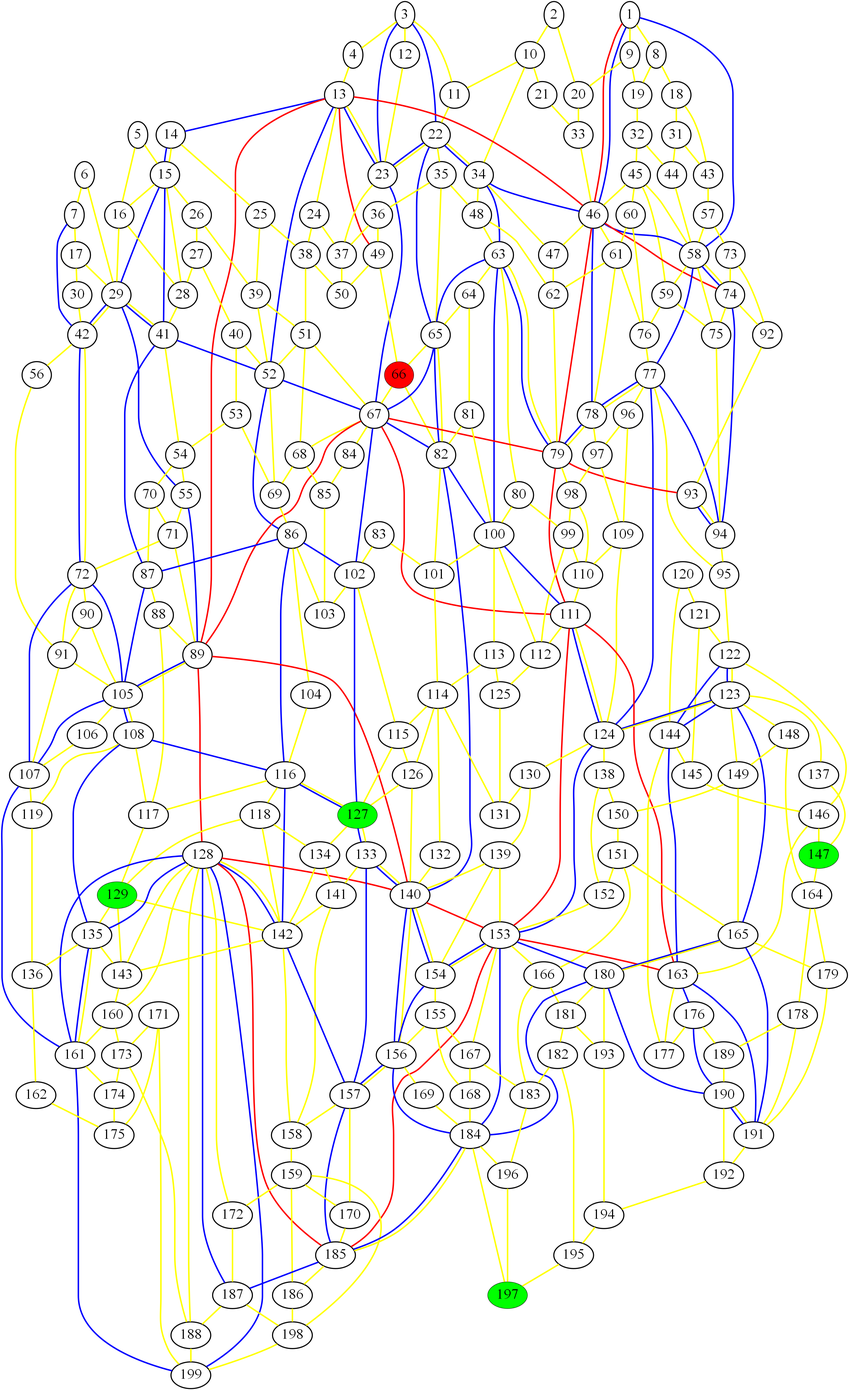
This is graph_15.png from ed-churchill/complex-systems-project, a Graphviz export, as it was before one commit. Its source is kept beside it as graph_15.gv.
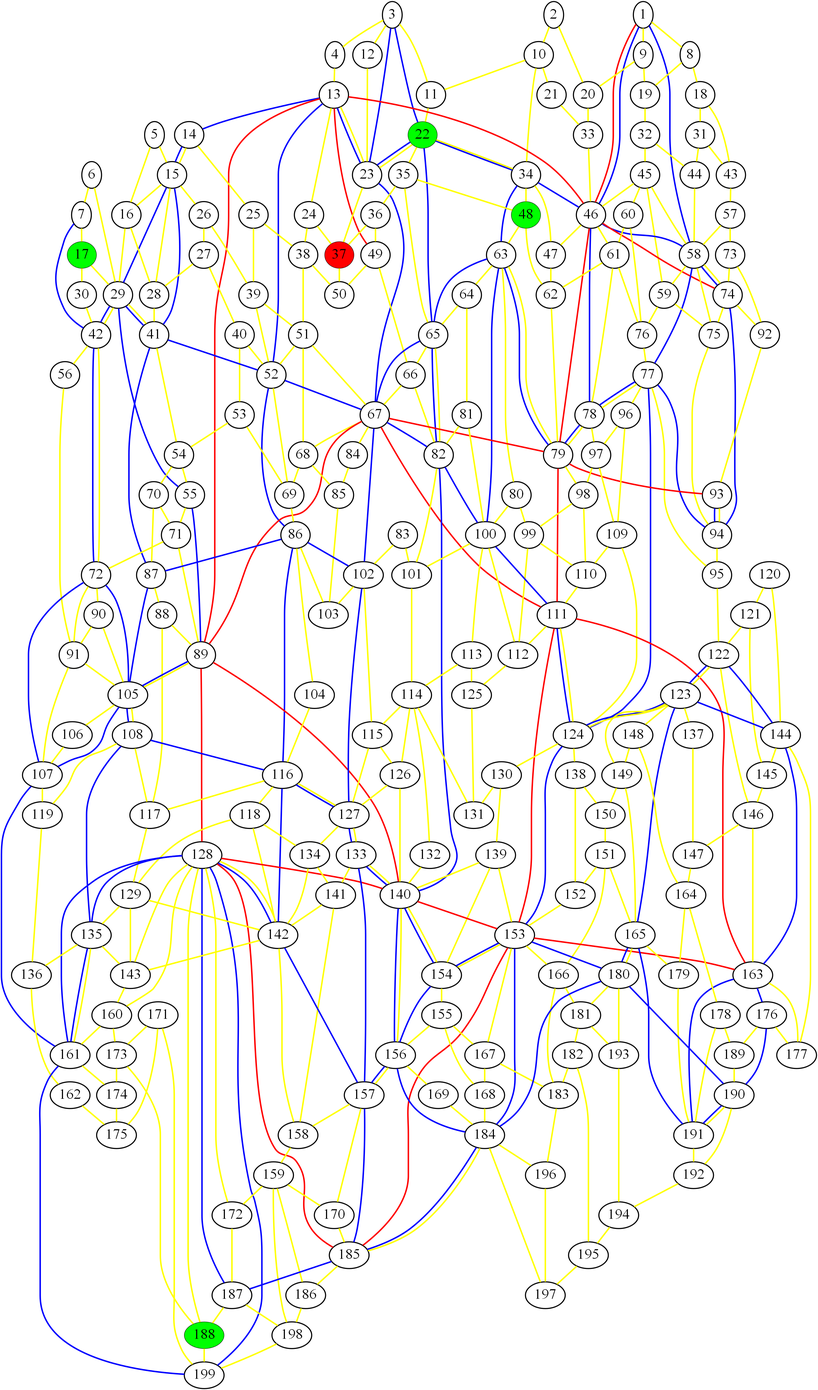
Above is the later version.

What changed in the source:
```diff
@@ -1,9 +1,9 @@
 graph london_graph {
-66 [fillcolor=red, fontsize=40, pendwidth=3, style=filled];
-129 [fillcolor=green, fontsize=40, pendwidth=3, style=filled];
-147 [fillcolor=green, fontsize=40, pendwidth=3, style=filled];
-197 [fillcolor=green, fontsize=40, pendwidth=3, style=filled];
-127 [fillcolor=green, fontsize=40, pendwidth=3, style=filled];
+37 [fillcolor=red, fontsize=40, pendwidth=3, style=filled];
+17 [fillcolor=green, fontsize=40, pendwidth=3, style=filled];
+48 [fillcolor=green, fontsize=40, pendwidth=3, style=filled];
+188 [fillcolor=green, fontsize=40, pendwidth=3, style=filled];
+22 [fillcolor=green, fontsize=40, pendwidth=3, style=filled];
 1 [fontsize=40, penwidth=3];
 2 [fontsize=40, penwidth=3];
 3 [fontsize=40, penwidth=3];
@@ -20,12 +20,10 @@
 14 [fontsize=40, penwidth=3];
 15 [fontsize=40, penwidth=3];
 16 [fontsize=40, penwidth=3];
-17 [fontsize=40, penwidth=3];
 18 [fontsize=40, penwidth=3];
 19 [fontsize=40, penwidth=3];
 20 [fontsize=40, penwidth=3];
 21 [fontsize=40, penwidth=3];
-22 [fontsize=40, penwidth=3];
 23 [fontsize=40, penwidth=3];
 24 [fontsize=40, penwidth=3];
 25 [fontsize=40, penwidth=3];
@@ -40,7 +38,6 @@
 34 [fontsize=40, penwidth=3];
 35 [fontsize=40, penwidth=3];
 36 [fontsize=40, penwidth=3];
-37 [fontsize=40, penwidth=3];
 38 [fontsize=40, penwidth=3];
 39 [fontsize=40, penwidth=3];
 40 [fontsize=40, penwidth=3];
@@ -51,7 +48,6 @@
 45 [fontsize=40, penwidth=3];
 46 [fontsize=40, penwidth=3];
 47 [fontsize=40, penwidth=3];
-48 [fontsize=40, penwidth=3];
 49 [fontsize=40, penwidth=3];
 50 [fontsize=40, penwidth=3];
 51 [fontsize=40, penwidth=3];
@@ -69,6 +65,7 @@
 63 [fontsize=40, penwidth=3];
 64 [fontsize=40, penwidth=3];
 65 [fontsize=40, penwidth=3];
+66 [fontsize=40, penwidth=3];
 67 [fontsize=40, penwidth=3];
 68 [fontsize=40, penwidth=3];
 69 [fontsize=40, penwidth=3];
@@ -129,7 +126,9 @@
 124 [fontsize=40, penwidth=3];
 125 [fontsize=40, penwidth=3];
 126 [fontsize=40, penwidth=3];
+127 [fontsize=40, penwidth=3];
 128 [fontsize=40, penwidth=3];
+129 [fontsize=40, penwidth=3];
 130 [fontsize=40, penwidth=3];
 131 [fontsize=40, penwidth=3];
 132 [fontsize=40, penwidth=3];
@@ -147,6 +146,7 @@
 144 [fontsize=40, penwidth=3];
 145 [fontsize=40, penwidth=3];
 146 [fontsize=40, penwidth=3];
+147 [fontsize=40, penwidth=3];
 148 [fontsize=40, penwidth=3];
 149 [fontsize=40, penwidth=3];
 150 [fontsize=40, penwidth=3];
@@ -187,7 +187,6 @@
 185 [fontsize=40, penwidth=3];
 186 [fontsize=40, penwidth=3];
 187 [fontsize=40, penwidth=3];
-188 [fontsize=40, penwidth=3];
 189 [fontsize=40, penwidth=3];
 190 [fontsize=40, penwidth=3];
 191 [fontsize=40, penwidth=3];
@@ -196,6 +195,7 @@
 194 [fontsize=40, penwidth=3];
 195 [fontsize=40, penwidth=3];
 196 [fontsize=40, penwidth=3];
+197 [fontsize=40, penwidth=3];
 198 [fontsize=40, penwidth=3];
 199 [fontsize=40, penwidth=3];
 1 -- 46  [color=red, penwidth=4];
```
